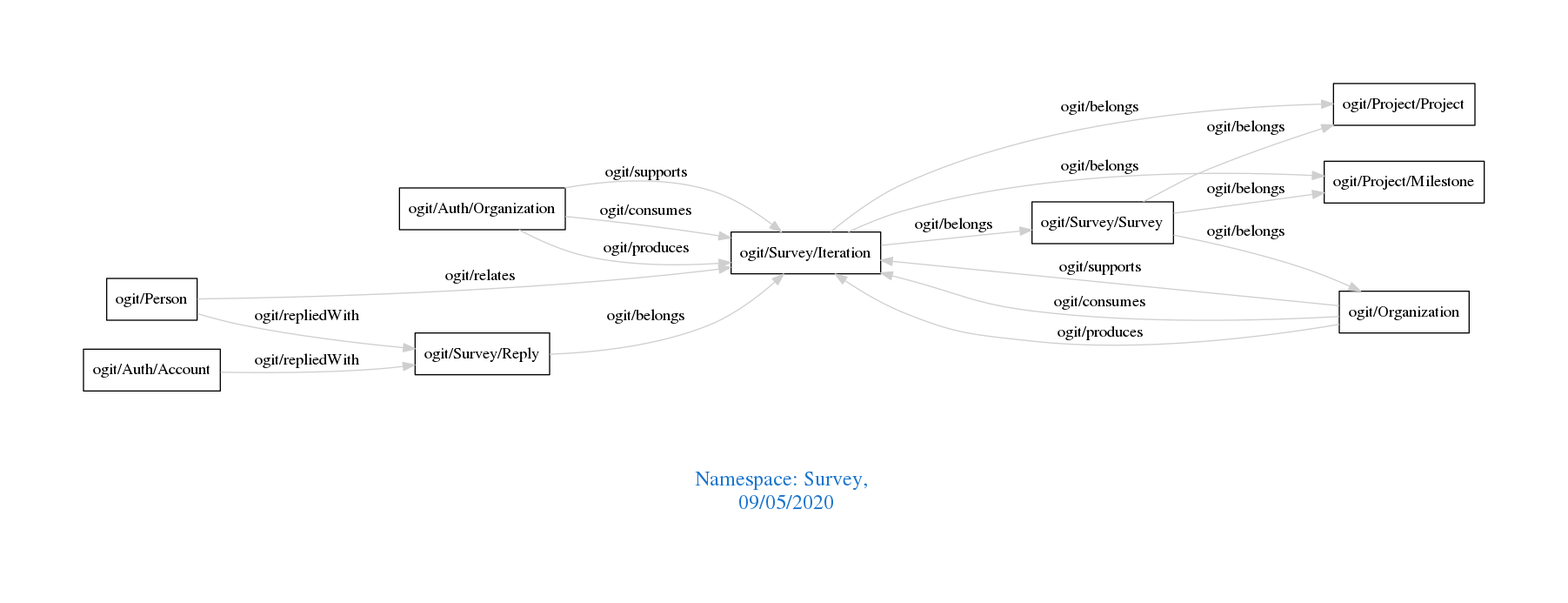
Before: downloads/Survey.png, a diagram exported from Graphviz (arago/OGIT). Its source is kept beside it as downloads/Survey.dot.
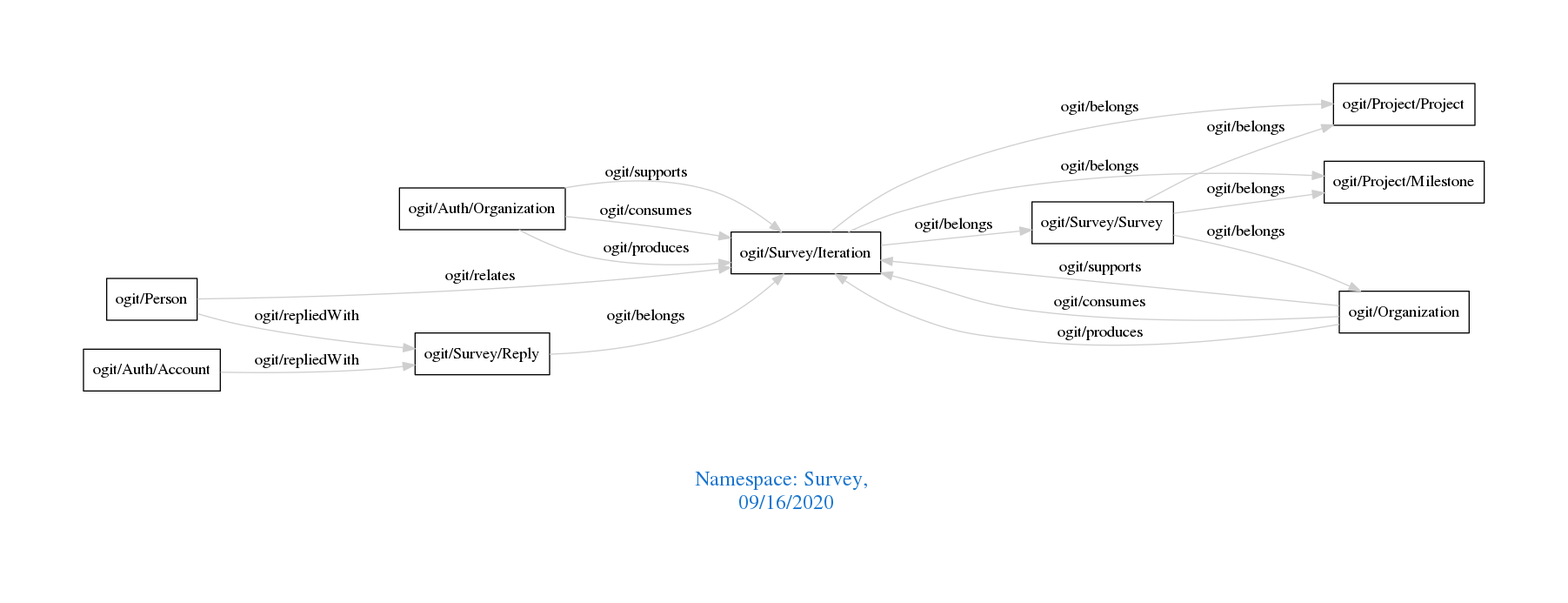
Later version of the same file.

Change to the diagram source:
```diff
@@ -1,7 +1,7 @@
 digraph OGIT_ontology {
  graph [ rankdir= LR,pad=1
 fontsize = 18,
-fontcolor= dodgerblue3,label = "\n\n\nNamespace: Survey, \n 09/05/2020"];
+fontcolor= dodgerblue3,label = "\n\n\nNamespace: Survey, \n 09/16/2020"];
 node[shape=polygon];
 edge [  color="gray81"];
 
```
